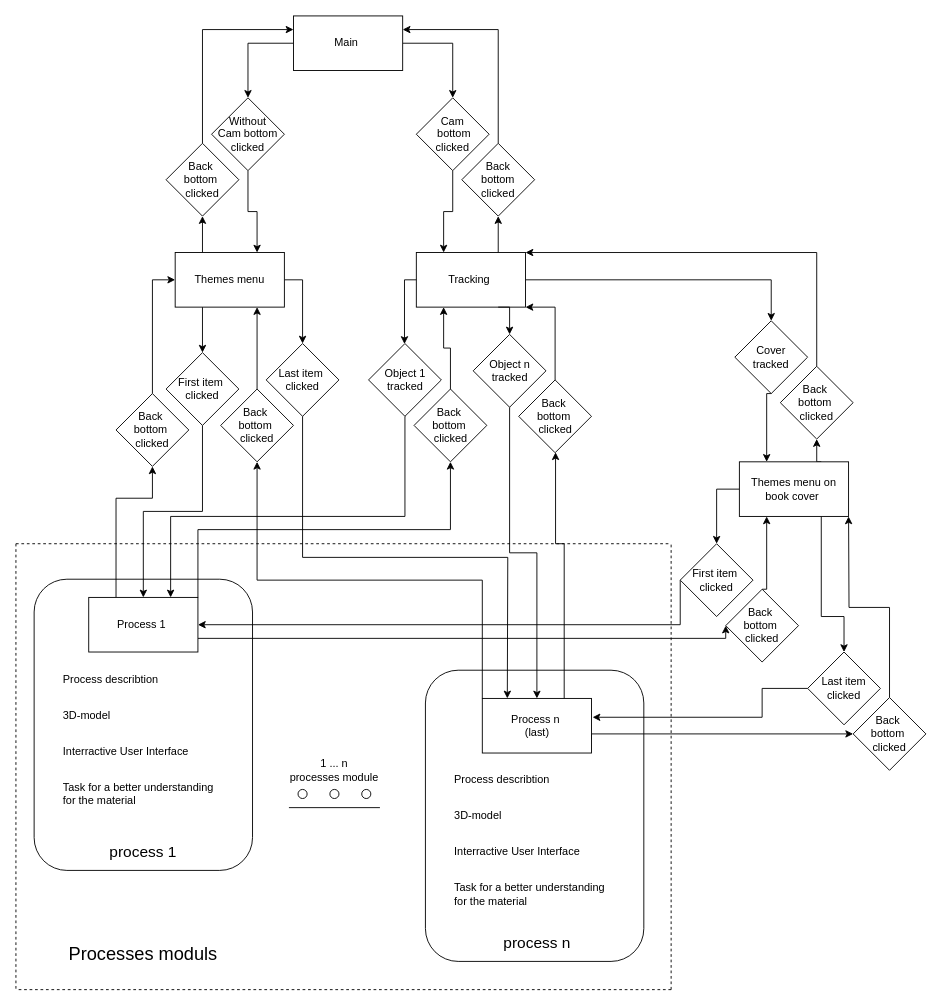
Earlier version of the draw.io diagram reports/schemes/User _flow.drawio (Nekttuman/Thermodinamics). Source tidied: cells renumbered, new cells numbered last; positions are measured from the earlier drawing's top-left corner, leaving out a move shared by most shapes. Both pictures are drawn from the tidied source at 91%, with x=0, y=0 at pixel (15, 15).
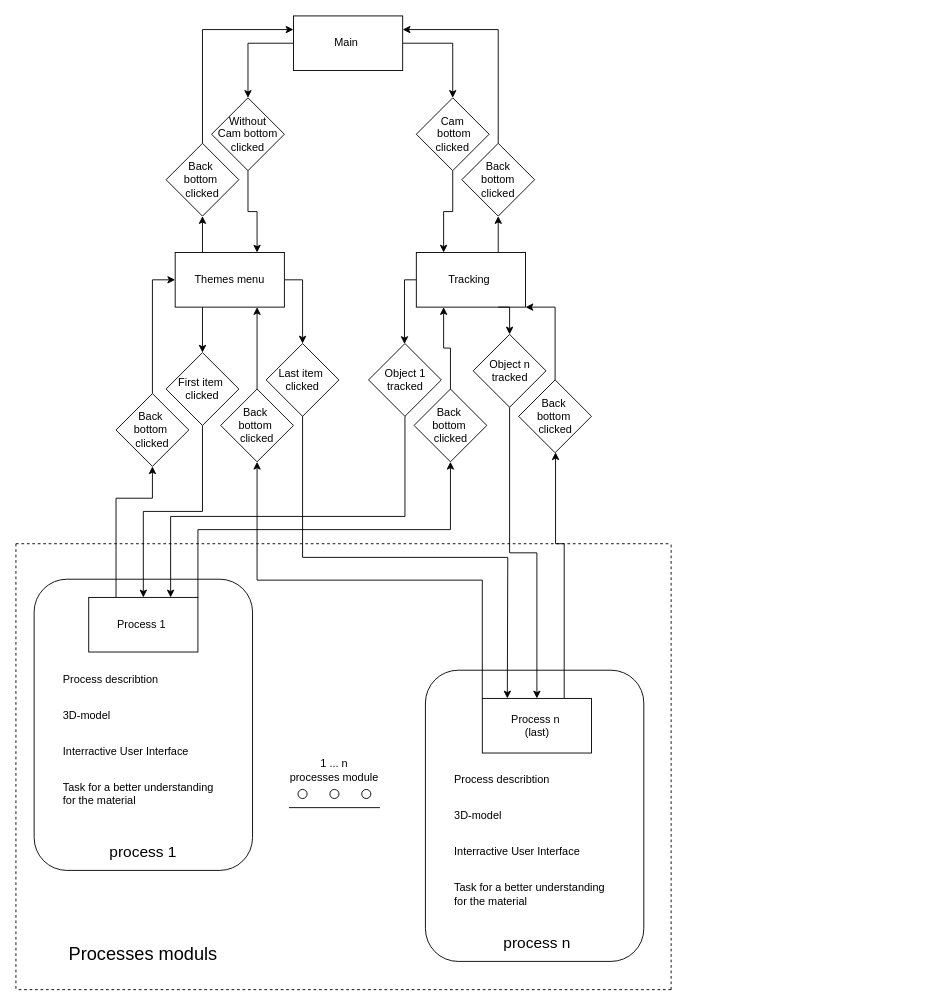
The same diagram, later.

Unchanged cells that the change refers to:
```xml
<mxCell id="8" value="Process 1&amp;nbsp;" style="rounded=0;whiteSpace=wrap;html=1;" parent="1" vertex="1">
  <mxGeometry x="80" y="639" width="120" height="60" as="geometry" />
</mxCell>
<mxCell id="13" value="Process n&amp;nbsp;&lt;br&gt;(last)" style="rounded=0;whiteSpace=wrap;html=1;" parent="1" vertex="1">
  <mxGeometry x="512.5" y="750" width="120" height="60" as="geometry" />
</mxCell>
<mxCell id="24" value="Tracking&amp;nbsp;" style="rounded=0;whiteSpace=wrap;html=1;" parent="1" vertex="1">
  <mxGeometry x="440" y="260" width="120" height="60" as="geometry" />
</mxCell>
```

Diff of the diagram source:
```diff
@@
-    <mxCell id="7" style="edgeStyle=orthogonalEdgeStyle;rounded=0;jettySize=auto;html=1;exitX=1;exitY=0.75;exitDx=0;exitDy=0;entryX=0;entryY=0.5;entryDx=0;entryDy=0;" parent="1" edge="1" source="8" target="72">
-      <mxGeometry relative="1" as="geometry">
-        <Array as="points">
-          <mxPoint x="780" y="684" />
-        </Array>
-      </mxGeometry>
-    </mxCell>
@@
-    <mxCell id="12" style="edgeStyle=orthogonalEdgeStyle;rounded=0;jettySize=auto;html=1;exitX=1;exitY=0.75;exitDx=0;exitDy=0;entryX=0;entryY=0.5;entryDx=0;entryDy=0;" parent="1" edge="1" source="13" target="76">
-      <mxGeometry relative="1" as="geometry">
-        <Array as="points">
-          <mxPoint x="633" y="789" />
-        </Array>
-      </mxGeometry>
-    </mxCell>
@@
-    <mxCell id="22" style="edgeStyle=orthogonalEdgeStyle;rounded=0;jettySize=auto;html=1;exitX=1;exitY=0.5;exitDx=0;exitDy=0;" parent="1" edge="1" source="24" target="66">
-      <mxGeometry relative="1" as="geometry" />
-    </mxCell>
@@
-    <mxCell id="25" style="edgeStyle=orthogonalEdgeStyle;rounded=0;jettySize=auto;html=1;exitX=0;exitY=0.5;exitDx=0;exitDy=0;entryX=0.5;entryY=0;entryDx=0;entryDy=0;" parent="1" edge="1" source="28" target="70">
-      <mxGeometry relative="1" as="geometry" />
-    </mxCell>
-    <mxCell id="26" style="edgeStyle=orthogonalEdgeStyle;rounded=0;jettySize=auto;html=1;exitX=0.75;exitY=1;exitDx=0;exitDy=0;entryX=0.5;entryY=0;entryDx=0;entryDy=0;" parent="1" edge="1" source="28" target="74">
-      <mxGeometry relative="1" as="geometry">
-        <Array as="points">
-          <mxPoint x="885" y="660" />
-          <mxPoint x="910" y="660" />
-        </Array>
-      </mxGeometry>
-    </mxCell>
-    <mxCell id="27" style="edgeStyle=orthogonalEdgeStyle;rounded=0;jettySize=auto;html=1;exitX=0.75;exitY=0;exitDx=0;exitDy=0;entryX=0.5;entryY=1;entryDx=0;entryDy=0;" parent="1" edge="1" source="28" target="68">
-      <mxGeometry relative="1" as="geometry" />
-    </mxCell>
-    <mxCell id="28" value="Themes menu on book cover&amp;nbsp;" style="rounded=0;whiteSpace=wrap;html=1;" parent="1" vertex="1">
-      <mxGeometry x="795" y="490" width="120" height="60" as="geometry" />
-    </mxCell>
@@
-    <mxCell id="65" style="edgeStyle=orthogonalEdgeStyle;rounded=0;jettySize=auto;html=1;exitX=0.5;exitY=1;exitDx=0;exitDy=0;entryX=0.25;entryY=0;entryDx=0;entryDy=0;" parent="1" edge="1" source="66" target="28">
-      <mxGeometry relative="1" as="geometry">
-        <Array as="points">
-          <mxPoint x="825" y="415" />
-        </Array>
-      </mxGeometry>
-    </mxCell>
-    <mxCell id="66" value="Cover &lt;br&gt;tracked" style="rhombus;whiteSpace=wrap;html=1;" parent="1" vertex="1">
-      <mxGeometry x="790" y="335" width="80" height="80" as="geometry" />
-    </mxCell>
-    <mxCell id="67" style="edgeStyle=orthogonalEdgeStyle;rounded=0;jettySize=auto;html=1;exitX=0.5;exitY=0;exitDx=0;exitDy=0;entryX=1;entryY=0;entryDx=0;entryDy=0;" parent="1" edge="1" source="68" target="24">
-      <mxGeometry relative="1" as="geometry">
-        <Array as="points">
-          <mxPoint x="880" y="260" />
-        </Array>
-      </mxGeometry>
-    </mxCell>
-    <mxCell id="68" value="&lt;span style=&quot;white-space: normal&quot;&gt;Back&amp;nbsp;&lt;/span&gt;&lt;br style=&quot;white-space: normal&quot;&gt;&lt;span style=&quot;white-space: normal&quot;&gt;bottom&amp;nbsp;&lt;/span&gt;&lt;br style=&quot;white-space: normal&quot;&gt;&lt;span style=&quot;white-space: normal&quot;&gt;clicked&lt;/span&gt;" style="rhombus;whiteSpace=wrap;html=1;" parent="1" vertex="1">
-      <mxGeometry x="840" y="385" width="80" height="80" as="geometry" />
-    </mxCell>
-    <mxCell id="69" style="edgeStyle=orthogonalEdgeStyle;rounded=0;jettySize=auto;html=1;exitX=0;exitY=0.5;exitDx=0;exitDy=0;entryX=1;entryY=0.5;entryDx=0;entryDy=0;" parent="1" edge="1" source="70" target="8">
-      <mxGeometry relative="1" as="geometry">
-        <Array as="points">
-          <mxPoint x="730" y="669" />
-        </Array>
-      </mxGeometry>
-    </mxCell>
-    <mxCell id="70" value="First item&amp;nbsp;&lt;br&gt;clicked" style="rhombus;whiteSpace=wrap;html=1;" parent="1" vertex="1">
-      <mxGeometry x="730" y="580" width="80" height="80" as="geometry" />
-    </mxCell>
-    <mxCell id="71" style="edgeStyle=orthogonalEdgeStyle;rounded=0;jettySize=auto;html=1;exitX=0.5;exitY=0;exitDx=0;exitDy=0;entryX=0.25;entryY=1;entryDx=0;entryDy=0;" parent="1" edge="1" source="72" target="28">
-      <mxGeometry relative="1" as="geometry">
-        <Array as="points">
-          <mxPoint x="825" y="630" />
-        </Array>
-      </mxGeometry>
-    </mxCell>
-    <mxCell id="72" value="&lt;span style=&quot;white-space: normal&quot;&gt;Back&amp;nbsp;&lt;/span&gt;&lt;br style=&quot;white-space: normal&quot;&gt;&lt;span style=&quot;white-space: normal&quot;&gt;bottom&amp;nbsp;&lt;/span&gt;&lt;br style=&quot;white-space: normal&quot;&gt;&lt;span style=&quot;white-space: normal&quot;&gt;clicked&lt;/span&gt;" style="rhombus;whiteSpace=wrap;html=1;" parent="1" vertex="1">
-      <mxGeometry x="780" y="630" width="80" height="80" as="geometry" />
-    </mxCell>
-    <mxCell id="73" style="edgeStyle=orthogonalEdgeStyle;rounded=0;jettySize=auto;html=1;exitX=0;exitY=0.5;exitDx=0;exitDy=0;entryX=1.01;entryY=0.345;entryDx=0;entryDy=0;entryPerimeter=0;" parent="1" edge="1" source="74" target="13">
-      <mxGeometry relative="1" as="geometry">
-        <Array as="points">
-          <mxPoint x="820" y="739" />
-          <mxPoint x="820" y="771" />
-        </Array>
-      </mxGeometry>
-    </mxCell>
-    <mxCell id="74" value="Last item clicked" style="rhombus;whiteSpace=wrap;html=1;" parent="1" vertex="1">
-      <mxGeometry x="870" y="699" width="80" height="80" as="geometry" />
-    </mxCell>
-    <mxCell id="75" style="edgeStyle=orthogonalEdgeStyle;rounded=0;jettySize=auto;html=1;exitX=0.5;exitY=0;exitDx=0;exitDy=0;" parent="1" edge="1" source="76">
-      <mxGeometry relative="1" as="geometry">
-        <mxPoint x="915" y="550" as="targetPoint" />
-      </mxGeometry>
-    </mxCell>
-    <mxCell id="76" value="&lt;span style=&quot;white-space: normal&quot;&gt;Back&amp;nbsp;&lt;/span&gt;&lt;br style=&quot;white-space: normal&quot;&gt;&lt;span style=&quot;white-space: normal&quot;&gt;bottom&amp;nbsp;&lt;/span&gt;&lt;br style=&quot;white-space: normal&quot;&gt;&lt;span style=&quot;white-space: normal&quot;&gt;clicked&lt;/span&gt;" style="rhombus;whiteSpace=wrap;html=1;" parent="1" vertex="1">
-      <mxGeometry x="920" y="749" width="80" height="80" as="geometry" />
-    </mxCell>
```
